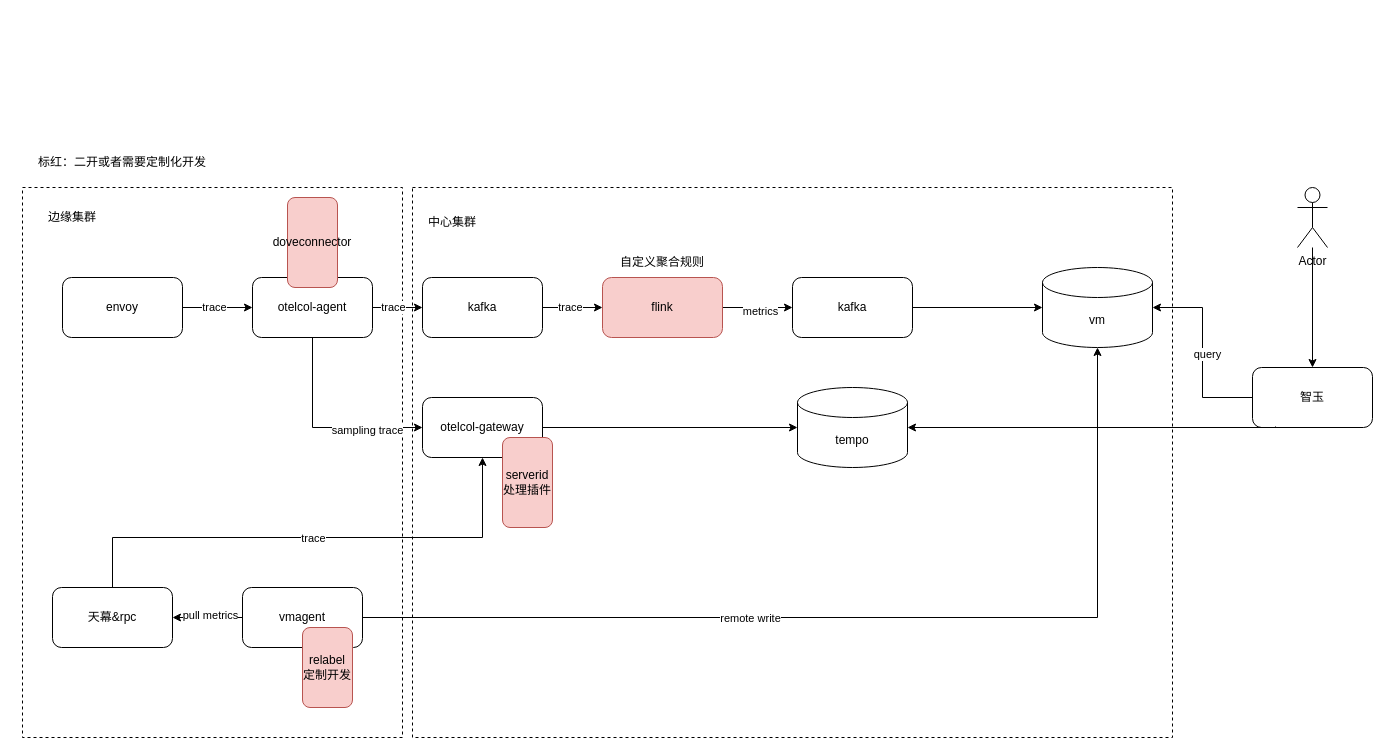
leiwingqueen/draw-io keeps this draw.io diagram as 可观测.drawio. Above is the earlier version. Source tidied: cells renumbered, new cells numbered last; positions are measured from the earlier drawing's top-left corner, leaving out a move shared by most shapes. Both pictures are drawn from the tidied source at 100%, with x=0, y=0 at pixel (17, 147).
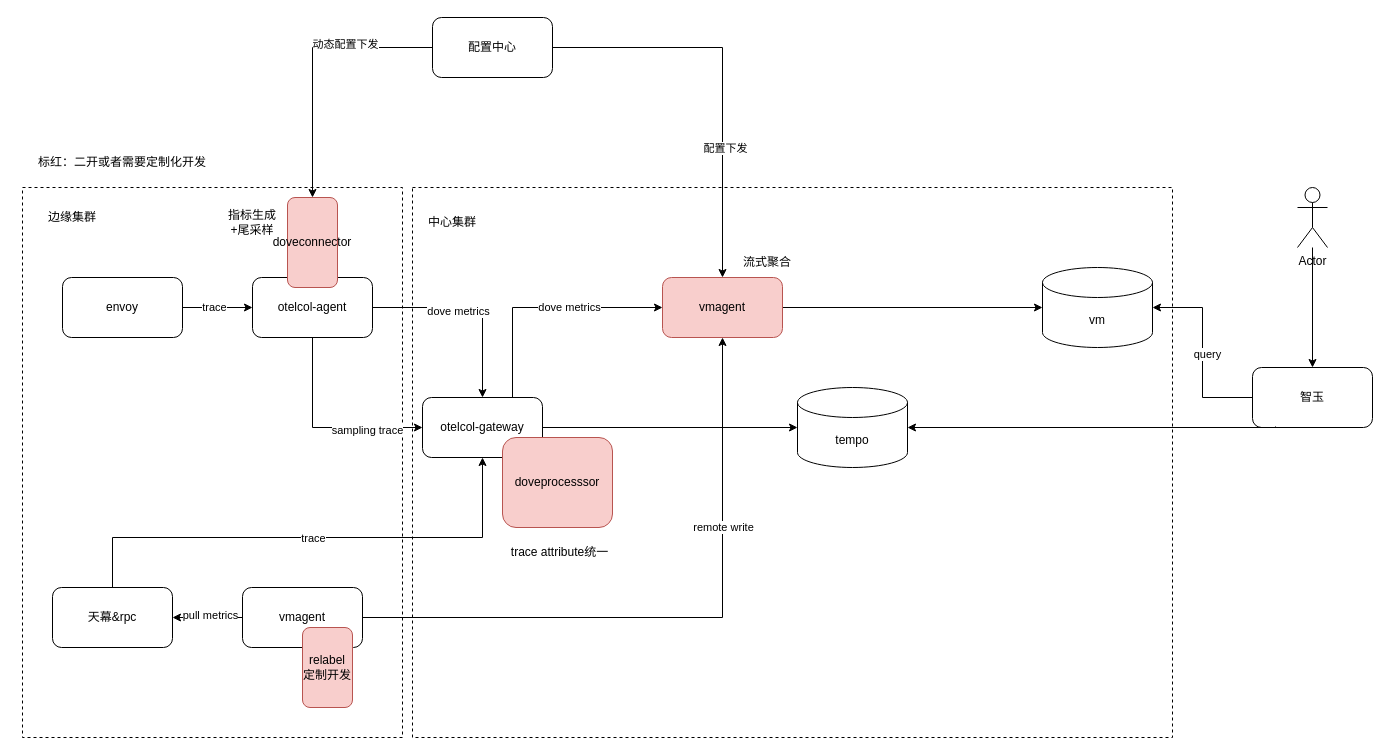
The same diagram, later.

Commit message:
更新可观测.drawio

The change refers to these unchanged cells:
```xml
<mxCell id="8" value="otelcol-agent" style="rounded=1;whiteSpace=wrap;html=1;" parent="1" vertex="1">
  <mxGeometry x="235" y="130" width="120" height="60" as="geometry" />
</mxCell>
<mxCell id="20" value="otelcol-gateway" style="rounded=1;whiteSpace=wrap;html=1;" parent="1" vertex="1">
  <mxGeometry x="405" y="250" width="120" height="60" as="geometry" />
</mxCell>
<mxCell id="22" value="vm" style="shape=cylinder3;whiteSpace=wrap;html=1;boundedLbl=1;backgroundOutline=1;size=15;" parent="1" vertex="1">
  <mxGeometry x="1025" y="120" width="110" height="80" as="geometry" />
</mxCell>
<mxCell id="31" value="vmagent" style="rounded=1;whiteSpace=wrap;html=1;" parent="1" vertex="1">
  <mxGeometry x="225" y="440" width="120" height="60" as="geometry" />
</mxCell>
<mxCell id="42" value="doveconnector" style="rounded=1;whiteSpace=wrap;html=1;fillColor=#f8cecc;strokeColor=#b85450;" parent="1" vertex="1">
  <mxGeometry x="270" y="50" width="50" height="90" as="geometry" />
</mxCell>
```

Change to the diagram source:
```diff
@@
-    <mxCell id="4" style="edgeStyle=orthogonalEdgeStyle;rounded=0;jettySize=auto;html=1;" parent="1" edge="1" source="8" target="14">
-      <mxGeometry relative="1" as="geometry" />
-    </mxCell>
-    <mxCell id="5" value="trace" style="edgeLabel;html=1;align=center;verticalAlign=middle;" parent="4" vertex="1">
-      <mxGeometry x="-0.2" y="1" relative="1" as="geometry" />
-    </mxCell>
@@
+    <mxCell id="45" style="edgeStyle=orthogonalEdgeStyle;rounded=0;jettySize=auto;html=1;entryX=0.5;entryY=0;entryDx=0;entryDy=0;" parent="1" edge="1" source="8" target="20">
+      <mxGeometry relative="1" as="geometry" />
+    </mxCell>
+    <mxCell id="46" value="dove metrics" style="edgeLabel;html=1;align=center;verticalAlign=middle;" parent="45" vertex="1">
+      <mxGeometry x="-0.15" y="-3" relative="1" as="geometry" />
+    </mxCell>
@@
-    <mxCell id="12" style="edgeStyle=orthogonalEdgeStyle;rounded=0;jettySize=auto;html=1;" parent="1" edge="1" source="14" target="17">
-      <mxGeometry relative="1" as="geometry" />
-    </mxCell>
-    <mxCell id="13" value="trace" style="edgeLabel;html=1;align=center;verticalAlign=middle;" parent="12" vertex="1">
-      <mxGeometry x="-0.1" y="1" relative="1" as="geometry" />
-    </mxCell>
-    <mxCell id="14" value="kafka" style="rounded=1;whiteSpace=wrap;html=1;" parent="1" vertex="1">
-      <mxGeometry x="405" y="130" width="120" height="60" as="geometry" />
-    </mxCell>
-    <mxCell id="15" style="edgeStyle=orthogonalEdgeStyle;rounded=0;jettySize=auto;html=1;" parent="1" edge="1" source="17" target="18">
-      <mxGeometry relative="1" as="geometry" />
-    </mxCell>
-    <mxCell id="16" value="metrics" style="edgeLabel;html=1;align=center;verticalAlign=middle;" parent="15" vertex="1">
-      <mxGeometry x="0.06" y="-3" relative="1" as="geometry" />
-    </mxCell>
+    <mxCell id="47" style="edgeStyle=orthogonalEdgeStyle;rounded=0;jettySize=auto;html=1;" parent="1" edge="1" source="17" target="22">
+      <mxGeometry relative="1" as="geometry" />
+    </mxCell>
-    <mxCell id="17" value="flink" style="rounded=1;whiteSpace=wrap;html=1;fillColor=#f8cecc;strokeColor=#b85450;" parent="1" vertex="1">
-      <mxGeometry x="585" y="130" width="120" height="60" as="geometry" />
+    <mxCell id="17" value="vmagent" style="rounded=1;whiteSpace=wrap;html=1;fillColor=#f8cecc;strokeColor=#b85450;" parent="1" vertex="1">
+      <mxGeometry x="645" y="130" width="120" height="60" as="geometry" />
     </mxCell>
-    <mxCell id="18" value="kafka" style="rounded=1;whiteSpace=wrap;html=1;" parent="1" vertex="1">
-      <mxGeometry x="775" y="130" width="120" height="60" as="geometry" />
-    </mxCell>
@@
+    <mxCell id="48" style="edgeStyle=orthogonalEdgeStyle;rounded=0;jettySize=auto;html=1;entryX=0;entryY=0.5;entryDx=0;entryDy=0;" parent="1" edge="1" source="20" target="17">
+      <mxGeometry relative="1" as="geometry">
+        <Array as="points">
+          <mxPoint x="495" y="160" />
+        </Array>
+      </mxGeometry>
+    </mxCell>
+    <mxCell id="49" value="dove metrics" style="edgeLabel;html=1;align=center;verticalAlign=middle;" parent="48" vertex="1">
+      <mxGeometry x="0.22" y="1" relative="1" as="geometry" />
+    </mxCell>
@@
-    <mxCell id="23" style="edgeStyle=orthogonalEdgeStyle;rounded=0;jettySize=auto;html=1;entryX=0;entryY=0.5;entryDx=0;entryDy=0;entryPerimeter=0;" parent="1" edge="1" source="18" target="22">
-      <mxGeometry relative="1" as="geometry" />
-    </mxCell>
@@
-    <mxCell id="29" style="edgeStyle=orthogonalEdgeStyle;rounded=0;jettySize=auto;html=1;" parent="1" edge="1" source="31" target="22">
-      <mxGeometry relative="1" as="geometry" />
-    </mxCell>
+    <mxCell id="50" style="edgeStyle=orthogonalEdgeStyle;rounded=0;jettySize=auto;html=1;entryX=0.5;entryY=1;entryDx=0;entryDy=0;" parent="1" edge="1" source="31" target="17">
+      <mxGeometry relative="1" as="geometry" />
+    </mxCell>
-    <mxCell id="30" value="remote write" style="edgeLabel;html=1;align=center;verticalAlign=middle;" parent="29" vertex="1">
-      <mxGeometry x="-0.23" relative="1" as="geometry" />
+    <mxCell id="30" value="remote write" style="edgeLabel;html=1;align=center;verticalAlign=middle;" parent="50" vertex="1">
+      <mxGeometry x="0.41" relative="1" as="geometry" />
     </mxCell>
@@
-    <mxCell id="41" value="serverid处理插件" style="rounded=1;whiteSpace=wrap;html=1;fillColor=#f8cecc;strokeColor=#b85450;" parent="1" vertex="1">
-      <mxGeometry x="485" y="290" width="50" height="90" as="geometry" />
+    <mxCell id="41" value="doveprocesssor" style="rounded=1;whiteSpace=wrap;html=1;fillColor=#f8cecc;strokeColor=#b85450;" parent="1" vertex="1">
+      <mxGeometry x="485" y="290" width="110" height="90" as="geometry" />
     </mxCell>
@@
-    <mxCell id="43" value="自定义聚合规则" style="text;html=1;align=center;verticalAlign=middle;whiteSpace=wrap;rounded=0;" parent="1" vertex="1">
-      <mxGeometry x="595" y="100" width="100" height="30" as="geometry" />
-    </mxCell>
@@
+    <mxCell id="51" style="edgeStyle=orthogonalEdgeStyle;rounded=0;jettySize=auto;html=1;" parent="1" edge="1" source="55" target="42">
+      <mxGeometry relative="1" as="geometry" />
+    </mxCell>
+    <mxCell id="52" value="动态配置下发" style="edgeLabel;html=1;align=center;verticalAlign=middle;" parent="51" vertex="1">
+      <mxGeometry x="-0.35" y="-4" relative="1" as="geometry" />
+    </mxCell>
+    <mxCell id="53" style="edgeStyle=orthogonalEdgeStyle;rounded=0;jettySize=auto;html=1;entryX=0.5;entryY=0;entryDx=0;entryDy=0;" parent="1" edge="1" source="55" target="17">
+      <mxGeometry relative="1" as="geometry" />
+    </mxCell>
+    <mxCell id="54" value="配置下发" style="edgeLabel;html=1;align=center;verticalAlign=middle;" parent="53" vertex="1">
+      <mxGeometry x="0.35" y="2" relative="1" as="geometry" />
+    </mxCell>
+    <mxCell id="55" value="配置中心" style="rounded=1;whiteSpace=wrap;html=1;" parent="1" vertex="1">
+      <mxGeometry x="415" y="-130" width="120" height="60" as="geometry" />
+    </mxCell>
+    <mxCell id="56" value="流式聚合" style="text;html=1;align=center;verticalAlign=middle;whiteSpace=wrap;rounded=0;" parent="1" vertex="1">
+      <mxGeometry x="720" y="100" width="60" height="30" as="geometry" />
+    </mxCell>
+    <mxCell id="57" value="trace attribute统一" style="text;html=1;align=center;verticalAlign=middle;whiteSpace=wrap;rounded=0;" parent="1" vertex="1">
+      <mxGeometry x="490" y="390" width="105" height="30" as="geometry" />
+    </mxCell>
+    <mxCell id="58" value="指标生成+尾采样" style="text;html=1;align=center;verticalAlign=middle;whiteSpace=wrap;rounded=0;" parent="1" vertex="1">
+      <mxGeometry x="205" y="60" width="60" height="30" as="geometry" />
+    </mxCell>
```
